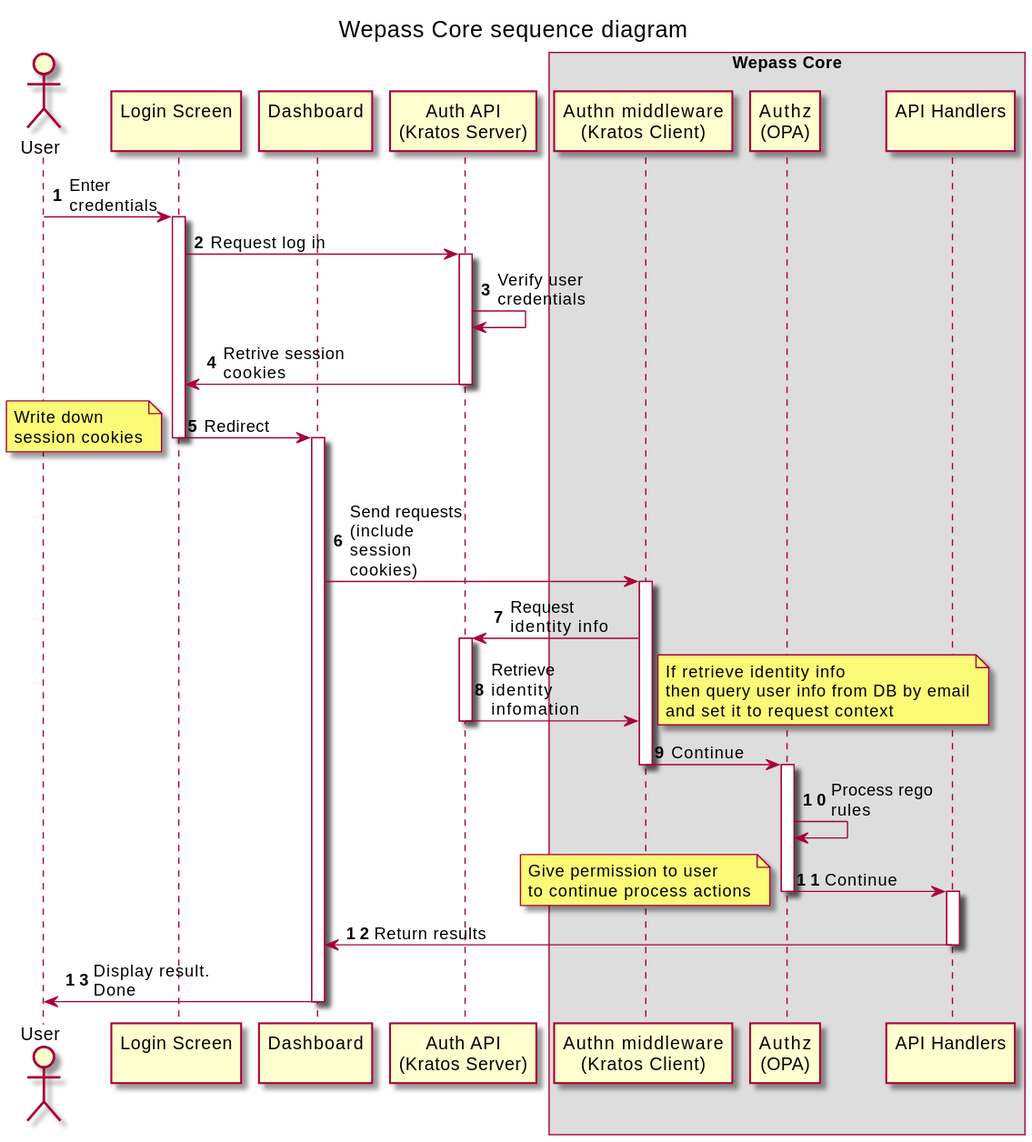
Before: out/docs/diagrams/overview/request_flow.svg, a diagram exported from PlantUML (dzungtran/echo-rest-api). The source it was exported from:
```plantuml
@startuml request_flow
title Wepass Core sequence diagram

autonumber
skinparam maxMessageSize 100

actor "User" as user
participant "Login Screen\n" as login_scr
participant "Dashboard\n" as dashboard
participant "Auth API\n(Kratos Server)" as authn_api

box "Wepass Core"
participant "Authn middleware\n(Kratos Client)" as authn_midd
participant "Authz\n(OPA)" as authz_opa
participant "API Handlers\n" as api_handlers
end box

user -> login_scr : Enter credentials
activate login_scr
login_scr -> authn_api : Request log in
activate authn_api
authn_api -> authn_api : Verify user credentials
authn_api -> login_scr : Retrive session cookies
deactivate authn_api
login_scr -> dashboard : Redirect
note left: Write down \nsession cookies
deactivate login_scr
activate dashboard

|||
dashboard -> authn_midd: Send requests (include session cookies)
activate authn_midd
authn_midd -> authn_api: Request identity info
activate authn_api
authn_api -> authn_midd: Retrieve identity infomation
deactivate authn_api
note right: If retrieve identity info \nthen query user info from DB by email\nand set it to request context
authn_midd -> authz_opa: Continue
deactivate authn_midd
activate authz_opa
authz_opa -> authz_opa: Process rego rules
authz_opa -> api_handlers: Continue
note left: Give permission to user\nto continue process actions
deactivate authz_opa
activate api_handlers

api_handlers -> dashboard : Return results
deactivate api_handlers
dashboard -> user : Display result. Done
deactivate dashboard

@enduml
```
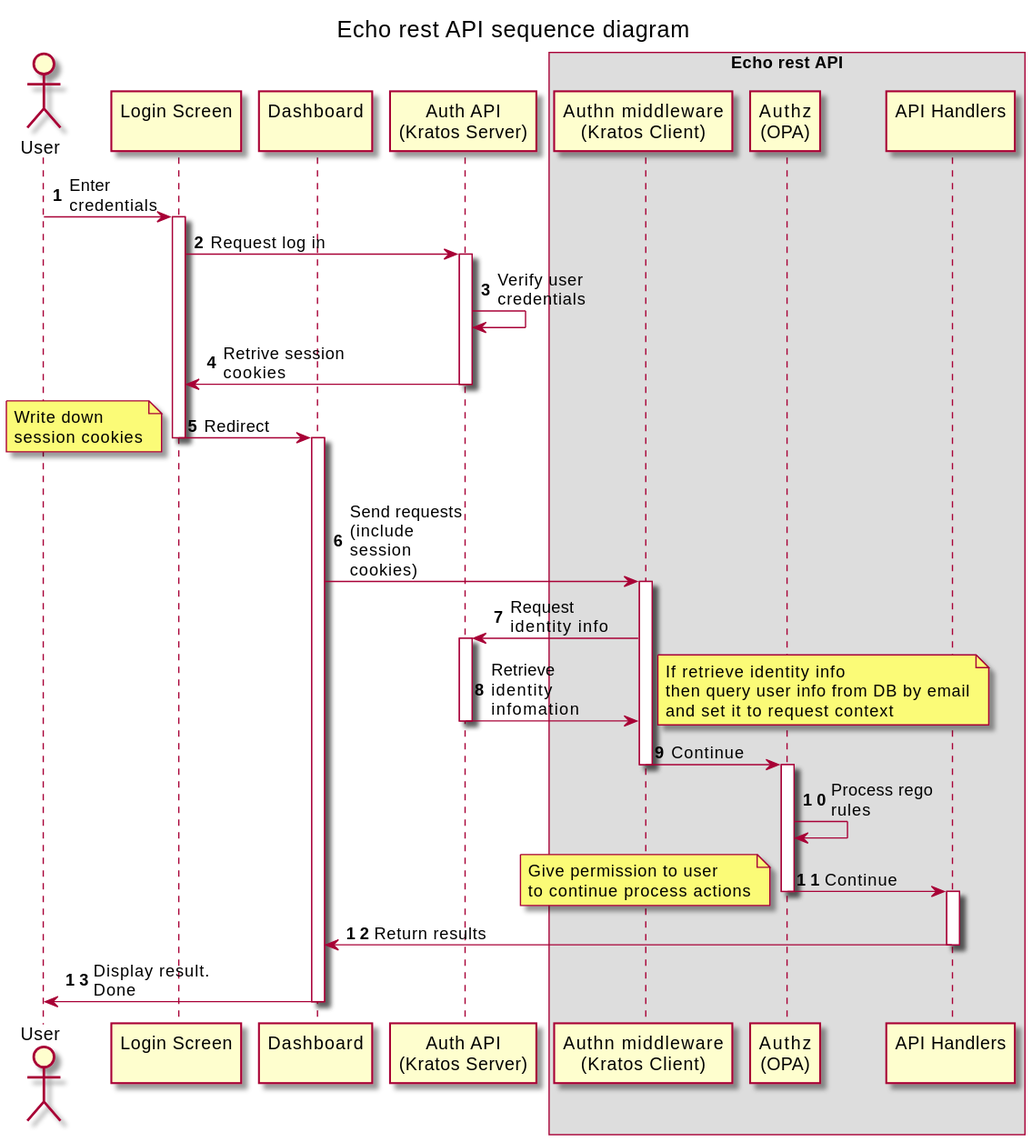
The same file after the commit.

Commit message:
update request flow sequence diagram

The edit, as a diff of the source:
```diff
@@ -1,5 +1,5 @@
 @startuml request_flow
-title Wepass Core sequence diagram
+title Echo rest API sequence diagram
 
 autonumber
 skinparam maxMessageSize 100
@@ -9,7 +9,7 @@
 participant "Dashboard\n" as dashboard
 participant "Auth API\n(Kratos Server)" as authn_api
 
-box "Wepass Core"
+box "Echo rest API"
 participant "Authn middleware\n(Kratos Client)" as authn_midd
 participant "Authz\n(OPA)" as authz_opa
 participant "API Handlers\n" as api_handlers
```
